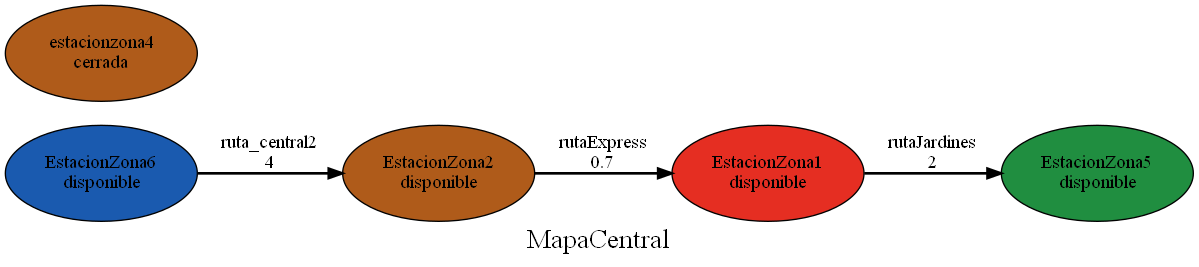
AdrianMolina2000/-LF-Proyecto1 keeps this Graphviz diagram as Images/Ruta.gv.png. Above is the earlier version. Its source is kept beside it as Images/Ruta.gv.
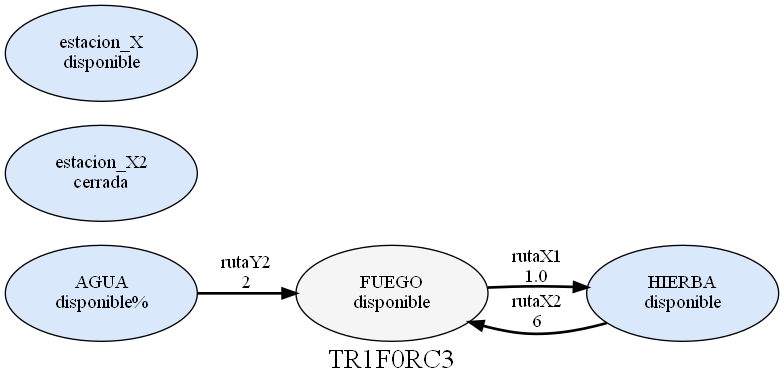
After the commit.

What changed in the source:
```diff
@@ -1,27 +1,27 @@
 digraph Ruta {
-	node [color=black fillcolor="#1A5AAF" fixedsize=true height=1 shape=oval style=filled width=2]
-	estacionzona6 [label="EstacionZona6
+	node [color=black fillcolor="#f5f5f5" fixedsize=true height=1 shape=oval style=filled width=2]
+	fuego [label="FUEGO
 disponible"]
-	node [color=black fillcolor="#AF5B1A" fixedsize=true height=1 shape=oval style=filled width=2]
-	estacionzona2 [label="EstacionZona2
+	node [color=black fillcolor="#dae8fc" fixedsize=true height=1 shape=oval style=filled width=2]
+	agua [label="AGUA
+disponible%"]
+	node [color=black fillcolor="#dae8fc" fixedsize=true height=1 shape=oval style=filled width=2]
+	hierba [label="HIERBA
 disponible"]
-	node [color=black fillcolor="#E52E22" fixedsize=true height=1 shape=oval style=filled width=2]
-	estacionzona1 [label="EstacionZona1
+	node [color=black fillcolor="#dae8fc" fixedsize=true height=1 shape=oval style=filled width=2]
+	estacion_x2 [label="estacion_X2
+cerrada"]
+	node [color=black fillcolor="#dae8fc" fixedsize=true height=1 shape=oval style=filled width=2]
+	estacion_x [label="estacion_X
 disponible"]
-	node [color=black fillcolor="#208E40" fixedsize=true height=1 shape=oval style=filled width=2]
-	estacionzona5 [label="EstacionZona5
-disponible"]
-	node [color=black fillcolor="#AF5B1A" fixedsize=true height=1 shape=oval style=filled width=2]
-	estacionzona4 [label="estacionzona4
-cerrada"]
-	estacionzona6 -> estacionzona2 [label="ruta_central2
-4" style=bold]
-	estacionzona2 -> estacionzona1 [label="rutaExpress
-0.7" style=bold]
-	estacionzona1 -> estacionzona5 [label="rutaJardines
+	fuego -> hierba [label="rutaX1
+1.0" style=bold]
+	hierba -> fuego [label="rutaX2
+6" style=bold]
+	agua -> fuego [label="rutaY2
 2" style=bold]
 	overlap=false
-	label=MapaCentral
+	label=TR1F0RC3
 	fontsize=20
 	rankdir=LR
 }
```
